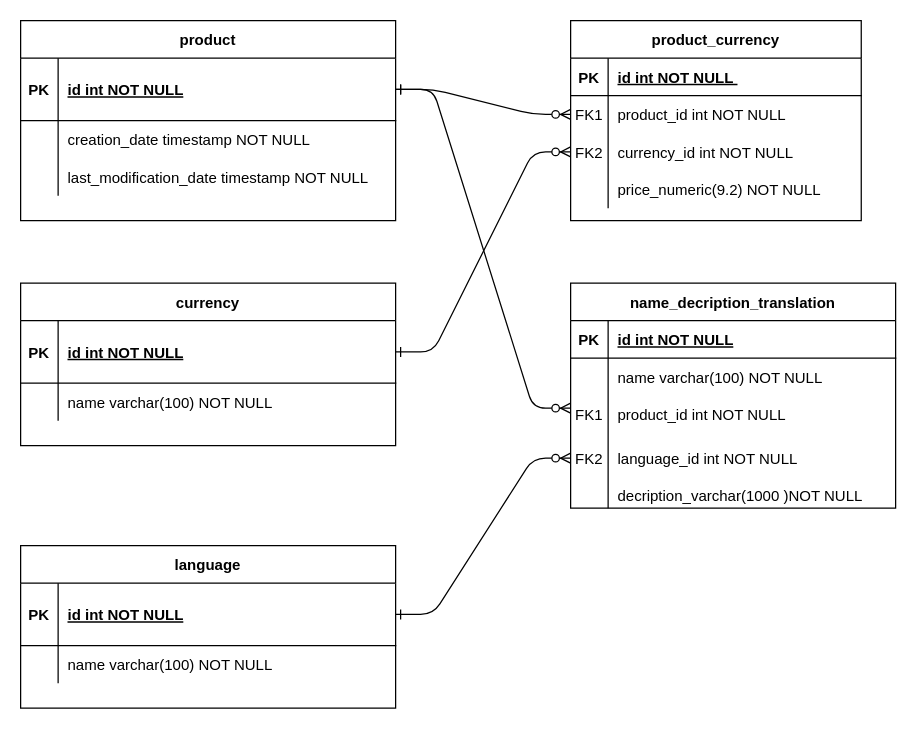
This is dbschema.drawio from AlexanderKuznetsov13/product-service, a draw.io file, before an edit. Source tidied: cells renumbered, new cells numbered last; positions are measured from the earlier drawing's top-left corner, leaving out a move shared by most shapes. Both pictures are drawn from the tidied source at 125%, with x=0, y=0 at pixel (20, 20).
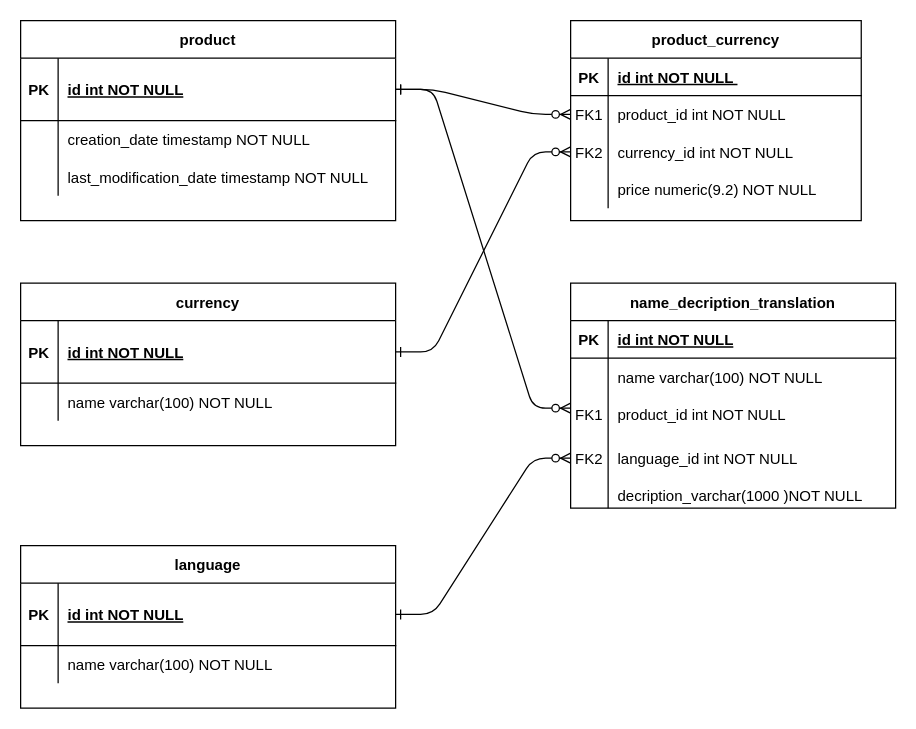
The same page after the edit.

Unchanged cells that the change refers to:
```xml
<mxCell id="36" style="shape=partialRectangle;fillColor=none;top=0;left=0;bottom=0;right=0;" parent="26" vertex="1">
  <mxGeometry y="120" width="232.5" height="30" as="geometry" />
</mxCell>
```

Change to the diagram source:
```diff
@@
-    <mxCell id="38" value="price_numeric(9.2) NOT NULL" style="shape=partialRectangle;fillColor=none;top=0;left=0;bottom=0;right=0;align=left;spacingLeft=6;overflow=hidden;" parent="36" vertex="1">
+    <mxCell id="38" value="price numeric(9.2) NOT NULL" style="shape=partialRectangle;fillColor=none;top=0;left=0;bottom=0;right=0;align=left;spacingLeft=6;overflow=hidden;" parent="36" vertex="1">
       <mxGeometry x="30" width="202.5" height="30" as="geometry" />
     </mxCell>
```
